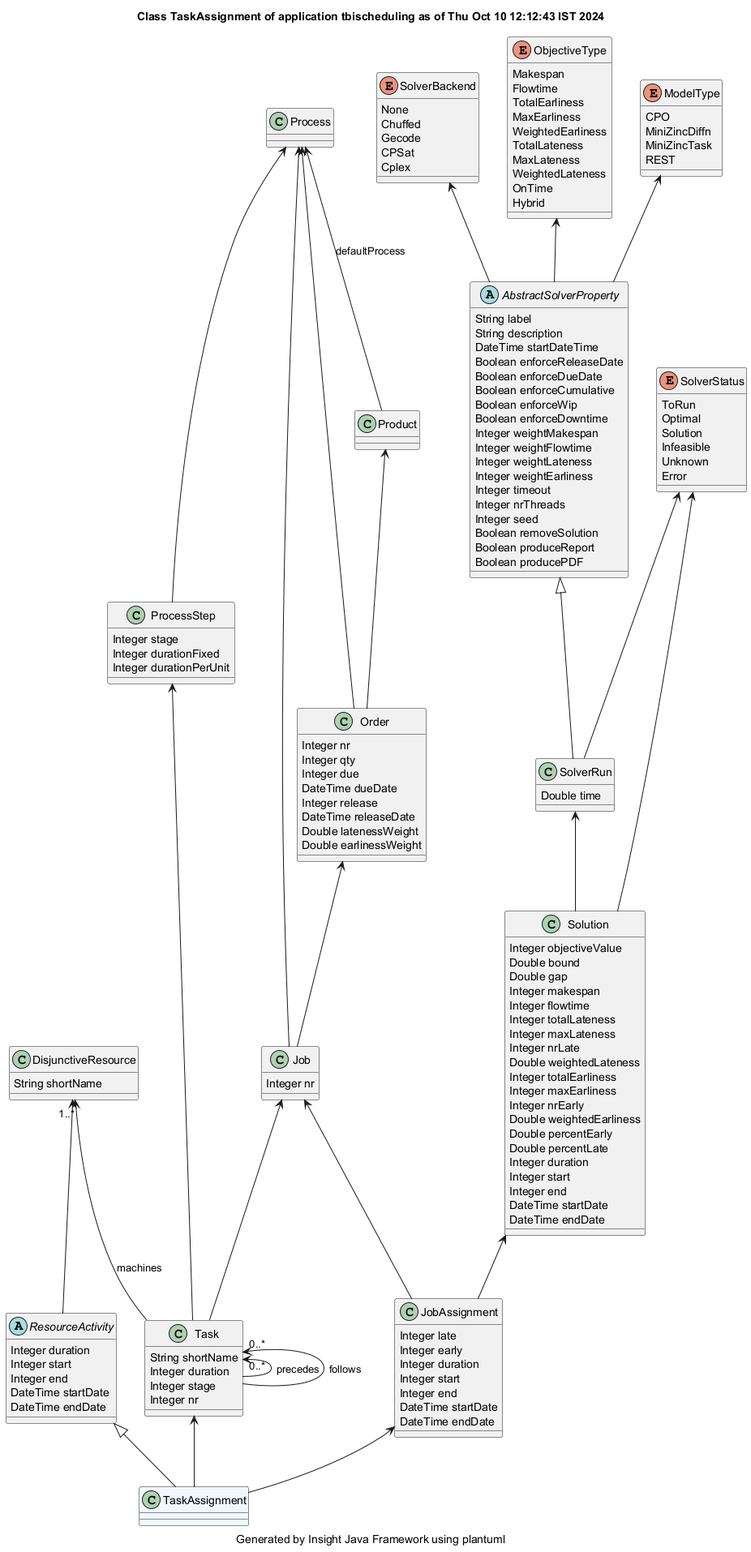
Before: demonstrator/tbischeduling/site/plantuml/TaskAssignment.png, a diagram exported from PlantUML (hsimonis/schedulingtraining).
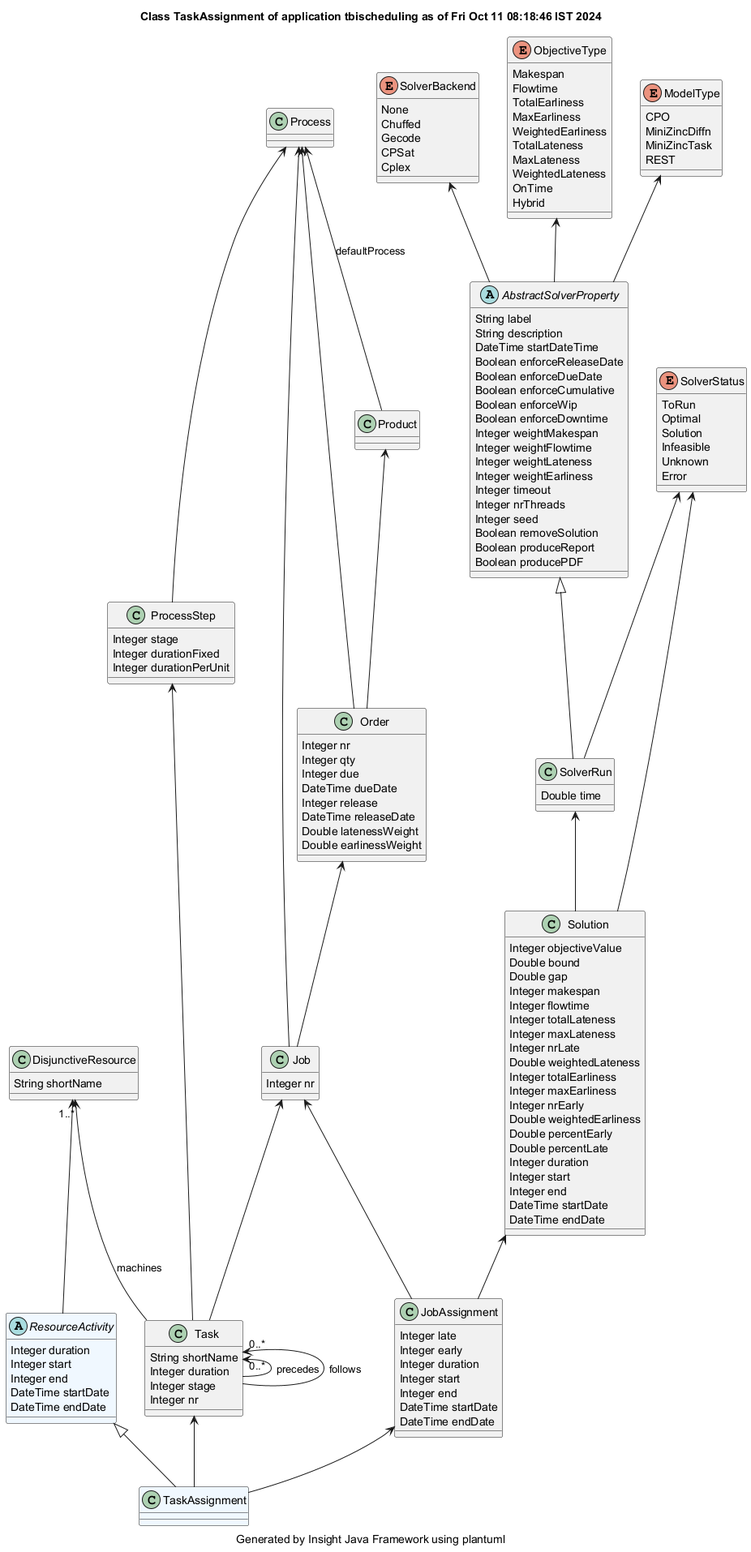
After the change.

Diff of the diagram source:
```diff
@@ -1,10 +1,10 @@
 @startuml
-title Class TaskAssignment of application tbischeduling as of Thu Oct 10 12:12:43 IST 2024
+title Class TaskAssignment of application tbischeduling as of Fri Oct 11 08:18:46 IST 2024
 caption Generated by Insight Java Framework using plantuml
 class TaskAssignment #aliceblue
 
 ResourceActivity <|-- TaskAssignment
-abstract ResourceActivity
+abstract ResourceActivity #aliceblue
 ResourceActivity : Integer duration
 ResourceActivity : Integer start
 ResourceActivity : Integer end
```
